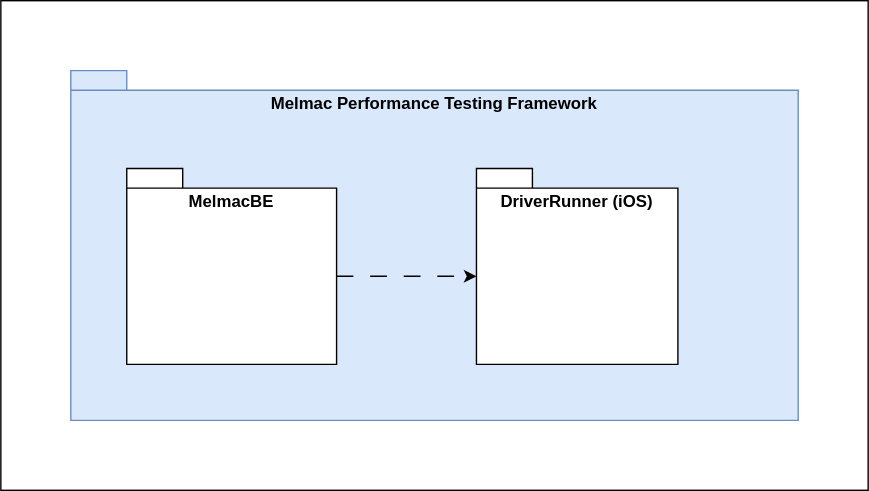
Mindera/Alfie-Melmac-Performance-Testing keeps this draw.io diagram as docs/global-artifacts/03.design/implementation-view/level-2/svg/L2-IV.svg. Above is the earlier version. Source tidied: cells renumbered, new cells last; positions are measured from the earlier drawing's top-left corner, leaving out a move shared by most shapes.
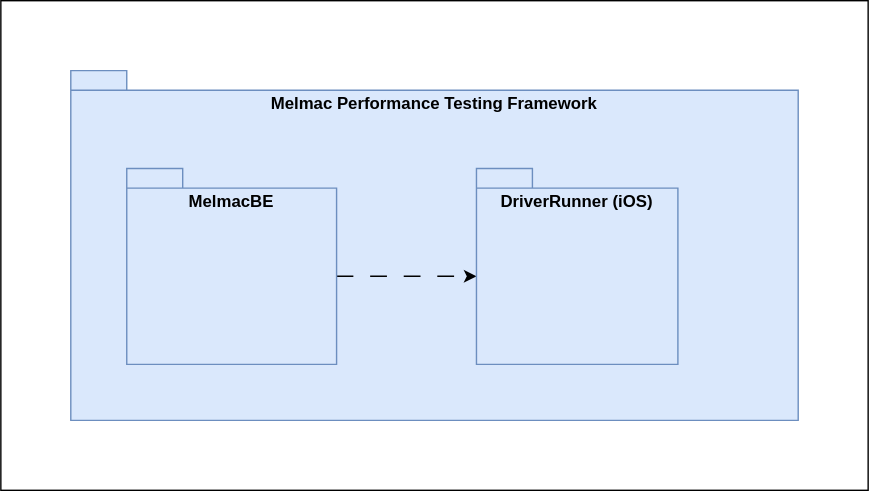
After the change.

Commit message:
Added Logica View for MelmacBE alternative

Diff of the diagram source:
```diff
@@ -11,10 +11,10 @@
     <mxCell id="4" style="edgeStyle=none;html=1;entryX=0;entryY=0;entryDx=0;entryDy=77;entryPerimeter=0;exitX=0;exitY=0;exitDx=150;exitDy=77;exitPerimeter=0;strokeColor=default;dashed=1;dashPattern=12 12;" parent="1" edge="1" source="5" target="6">
       <mxGeometry relative="1" as="geometry" />
     </mxCell>
-    <mxCell id="5" value="MelmacBE" style="shape=folder;fontStyle=1;spacingTop=10;tabWidth=40;tabHeight=14;tabPosition=left;html=1;whiteSpace=wrap;verticalAlign=top;" parent="1" vertex="1">
+    <mxCell id="5" value="MelmacBE" style="shape=folder;fontStyle=1;spacingTop=10;tabWidth=40;tabHeight=14;tabPosition=left;html=1;whiteSpace=wrap;verticalAlign=top;fillColor=#dae8fc;strokeColor=#6c8ebf;" parent="1" vertex="1">
       <mxGeometry x="90" y="120" width="150" height="140" as="geometry" />
     </mxCell>
-    <mxCell id="6" value="DriverRunner (iOS)" style="shape=folder;fontStyle=1;spacingTop=10;tabWidth=40;tabHeight=14;tabPosition=left;html=1;whiteSpace=wrap;verticalAlign=top;" parent="1" vertex="1">
+    <mxCell id="6" value="DriverRunner (iOS)" style="shape=folder;fontStyle=1;spacingTop=10;tabWidth=40;tabHeight=14;tabPosition=left;html=1;whiteSpace=wrap;verticalAlign=top;fillColor=#dae8fc;strokeColor=#6c8ebf;" parent="1" vertex="1">
       <mxGeometry x="340" y="120" width="144" height="140" as="geometry" />
     </mxCell>
     <mxCell id="7" value="Untitled Layer" parent="0" />
```
